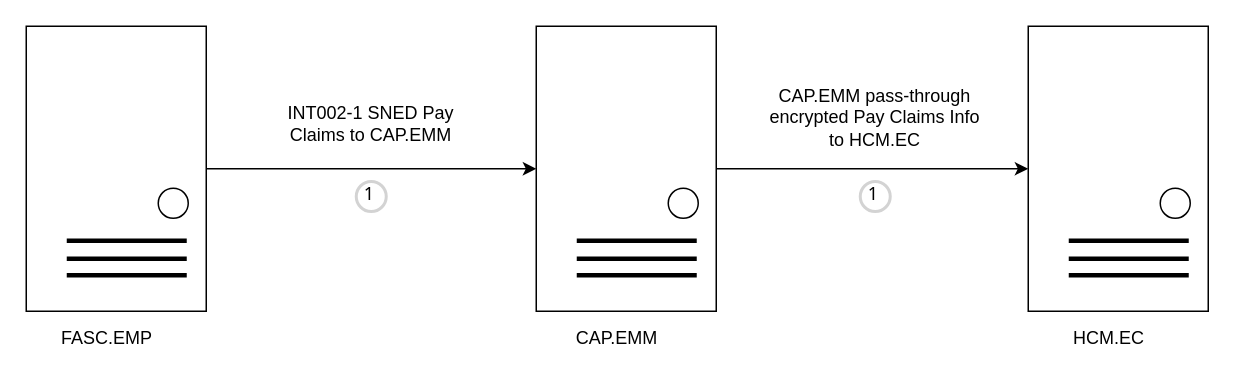
Above: page "FASC.EMP" (12 of 19) of Untitled Diagram.drawio in wsxad234/flowchart (draw.io), before the change. Source tidied: cells renumbered, new cells numbered last; positions are measured from the earlier drawing's top-left corner, leaving out a move shared by most shapes. Both pictures are drawn from the tidied source at 150%, with x=0, y=0 at pixel (26, 26).
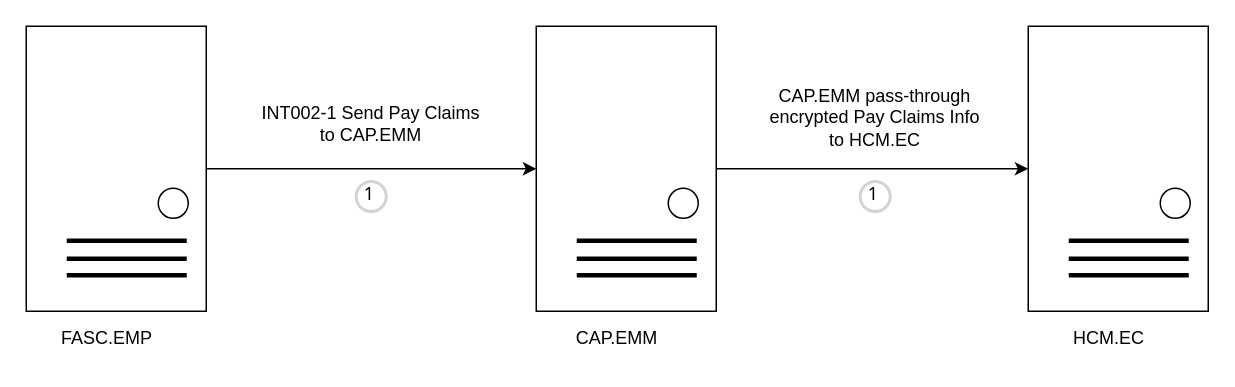
After the change.

What changed in the source:
```diff
@@
-    <mxCell id="25" value="INT002-1 SNED Pay Claims to CAP.EMM" style="text;html=1;strokeColor=none;fillColor=none;align=center;verticalAlign=middle;whiteSpace=wrap;rounded=0;" parent="1" vertex="1">
+    <mxCell id="25" value="INT002-1 Send Pay Claims to CAP.EMM" style="text;html=1;strokeColor=none;fillColor=none;align=center;verticalAlign=middle;whiteSpace=wrap;rounded=0;" parent="1" vertex="1">
       <mxGeometry x="155" y="50" width="150" height="30" as="geometry" />
     </mxCell>
```
